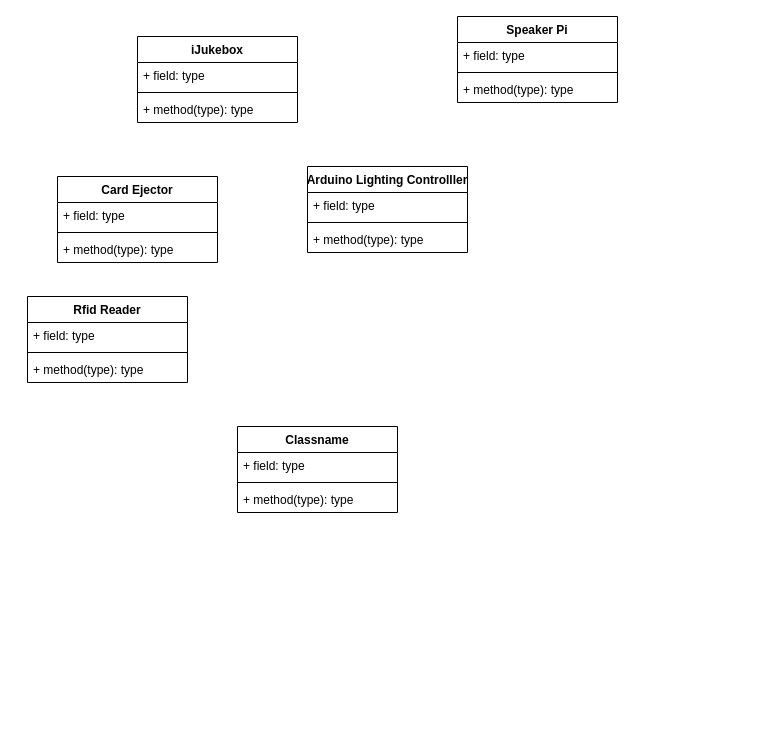
The draw.io diagram SystemDesign.drawio in MysticalMango647/SYSC3010-Project-Jukebox, before the edit. Source tidied: cells renumbered, new cells numbered last; positions are measured from the earlier drawing's top-left corner, leaving out a move shared by most shapes. Both pictures are drawn from the tidied source at 100%, with x=0, y=0 at pixel (27, 16).
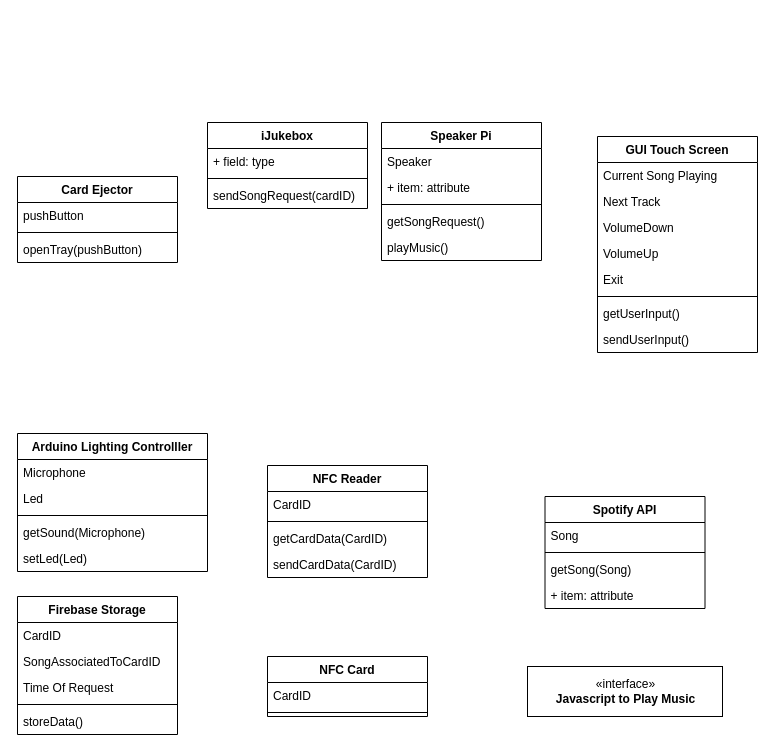
After the change.

What changed in the source:
```diff
@@
     <mxCell id="2" value="iJukebox" style="swimlane;fontStyle=1;align=center;verticalAlign=top;horizontal=1;startSize=26;" parent="1" vertex="1">
-      <mxGeometry x="110" y="20" width="160" height="86" as="geometry" />
+      <mxGeometry x="180" y="106" width="160" height="86" as="geometry" />
     </mxCell>
@@
-    <mxCell id="5" value="+ method(type): type" style="text;strokeColor=none;fillColor=none;align=left;verticalAlign=top;spacingLeft=4;spacingRight=4;overflow=hidden;" parent="2" vertex="1">
+    <mxCell id="5" value="sendSongRequest(cardID)" style="text;strokeColor=none;fillColor=none;align=left;verticalAlign=top;spacingLeft=4;spacingRight=4;overflow=hidden;" parent="2" vertex="1">
       <mxGeometry y="60" width="160" height="26" as="geometry" />
     </mxCell>
     <mxCell id="6" value="Speaker Pi" style="swimlane;fontStyle=1;align=center;verticalAlign=top;horizontal=1;startSize=26;" parent="1" vertex="1">
-      <mxGeometry x="430" width="160" height="86" as="geometry" />
+      <mxGeometry x="354" y="106" width="160" height="138" as="geometry" />
     </mxCell>
-    <mxCell id="7" value="+ field: type" style="text;strokeColor=none;fillColor=none;align=left;verticalAlign=top;spacingLeft=4;spacingRight=4;overflow=hidden;" parent="6" vertex="1">
+    <mxCell id="7" value="Speaker" style="text;strokeColor=none;fillColor=none;align=left;verticalAlign=top;spacingLeft=4;spacingRight=4;overflow=hidden;" parent="6" vertex="1">
       <mxGeometry y="26" width="160" height="26" as="geometry" />
     </mxCell>
+    <mxCell id="26" value="+ item: attribute" style="text;strokeColor=none;fillColor=none;align=left;verticalAlign=top;spacingLeft=4;spacingRight=4;overflow=hidden;" parent="6" vertex="1">
+      <mxGeometry y="52" width="160" height="26" as="geometry" />
+    </mxCell>
     <mxCell id="8" style="line;strokeWidth=1;fillColor=none;align=left;verticalAlign=middle;spacingTop=-1;spacingLeft=3;spacingRight=3;labelPosition=right;" parent="6" vertex="1">
-      <mxGeometry y="52" width="160" height="8" as="geometry" />
+      <mxGeometry y="78" width="160" height="8" as="geometry" />
     </mxCell>
+    <mxCell id="27" value="getSongRequest()" style="text;strokeColor=none;fillColor=none;align=left;verticalAlign=top;spacingLeft=4;spacingRight=4;overflow=hidden;" parent="6" vertex="1">
+      <mxGeometry y="86" width="160" height="26" as="geometry" />
+    </mxCell>
-    <mxCell id="9" value="+ method(type): type" style="text;strokeColor=none;fillColor=none;align=left;verticalAlign=top;spacingLeft=4;spacingRight=4;overflow=hidden;" parent="6" vertex="1">
-      <mxGeometry y="60" width="160" height="26" as="geometry" />
+    <mxCell id="9" value="playMusic()" style="text;strokeColor=none;fillColor=none;align=left;verticalAlign=top;spacingLeft=4;spacingRight=4;overflow=hidden;" parent="6" vertex="1">
+      <mxGeometry y="112" width="160" height="26" as="geometry" />
     </mxCell>
     <mxCell id="10" value="Arduino Lighting Controlller" style="swimlane;fontStyle=1;align=center;verticalAlign=top;horizontal=1;startSize=26;" parent="1" vertex="1">
-      <mxGeometry x="280" y="150" width="160" height="86" as="geometry" />
+      <mxGeometry x="-10" y="417" width="190" height="138" as="geometry" />
     </mxCell>
-    <mxCell id="11" value="+ field: type" style="text;strokeColor=none;fillColor=none;align=left;verticalAlign=top;spacingLeft=4;spacingRight=4;overflow=hidden;" parent="10" vertex="1">
-      <mxGeometry y="26" width="160" height="26" as="geometry" />
+    <mxCell id="11" value="Microphone" style="text;strokeColor=none;fillColor=none;align=left;verticalAlign=top;spacingLeft=4;spacingRight=4;overflow=hidden;" parent="10" vertex="1">
+      <mxGeometry y="26" width="190" height="26" as="geometry" />
     </mxCell>
+    <mxCell id="28" value="Led" style="text;strokeColor=none;fillColor=none;align=left;verticalAlign=top;spacingLeft=4;spacingRight=4;overflow=hidden;" parent="10" vertex="1">
+      <mxGeometry y="52" width="190" height="26" as="geometry" />
+    </mxCell>
     <mxCell id="12" style="line;strokeWidth=1;fillColor=none;align=left;verticalAlign=middle;spacingTop=-1;spacingLeft=3;spacingRight=3;labelPosition=right;" parent="10" vertex="1">
-      <mxGeometry y="52" width="160" height="8" as="geometry" />
+      <mxGeometry y="78" width="190" height="8" as="geometry" />
     </mxCell>
-    <mxCell id="13" value="+ method(type): type" style="text;strokeColor=none;fillColor=none;align=left;verticalAlign=top;spacingLeft=4;spacingRight=4;overflow=hidden;" parent="10" vertex="1">
-      <mxGeometry y="60" width="160" height="26" as="geometry" />
+    <mxCell id="13" value="getSound(Microphone)" style="text;strokeColor=none;fillColor=none;align=left;verticalAlign=top;spacingLeft=4;spacingRight=4;overflow=hidden;" parent="10" vertex="1">
+      <mxGeometry y="86" width="190" height="26" as="geometry" />
     </mxCell>
+    <mxCell id="29" value="setLed(Led)" style="text;strokeColor=none;fillColor=none;align=left;verticalAlign=top;spacingLeft=4;spacingRight=4;overflow=hidden;" parent="10" vertex="1">
+      <mxGeometry y="112" width="190" height="26" as="geometry" />
+    </mxCell>
     <mxCell id="14" value="Card Ejector" style="swimlane;fontStyle=1;align=center;verticalAlign=top;horizontal=1;startSize=26;" parent="1" vertex="1">
-      <mxGeometry x="30" y="160" width="160" height="86" as="geometry" />
+      <mxGeometry x="-10" y="160" width="160" height="86" as="geometry" />
     </mxCell>
-    <mxCell id="15" value="+ field: type" style="text;strokeColor=none;fillColor=none;align=left;verticalAlign=top;spacingLeft=4;spacingRight=4;overflow=hidden;" parent="14" vertex="1">
+    <mxCell id="15" value="pushButton" style="text;strokeColor=none;fillColor=none;align=left;verticalAlign=top;spacingLeft=4;spacingRight=4;overflow=hidden;" parent="14" vertex="1">
       <mxGeometry y="26" width="160" height="26" as="geometry" />
     </mxCell>
@@
-    <mxCell id="17" value="+ method(type): type" style="text;strokeColor=none;fillColor=none;align=left;verticalAlign=top;spacingLeft=4;spacingRight=4;overflow=hidden;" parent="14" vertex="1">
+    <mxCell id="17" value="openTray(pushButton)" style="text;strokeColor=none;fillColor=none;align=left;verticalAlign=top;spacingLeft=4;spacingRight=4;overflow=hidden;" parent="14" vertex="1">
       <mxGeometry y="60" width="160" height="26" as="geometry" />
     </mxCell>
-    <mxCell id="18" value="Rfid Reader" style="swimlane;fontStyle=1;align=center;verticalAlign=top;horizontal=1;startSize=26;" parent="1" vertex="1">
-      <mxGeometry y="280" width="160" height="86" as="geometry" />
+    <mxCell id="18" value="NFC Reader" style="swimlane;fontStyle=1;align=center;verticalAlign=top;horizontal=1;startSize=26;" parent="1" vertex="1">
+      <mxGeometry x="240" y="449" width="160" height="112" as="geometry" />
     </mxCell>
-    <mxCell id="19" value="+ field: type" style="text;strokeColor=none;fillColor=none;align=left;verticalAlign=top;spacingLeft=4;spacingRight=4;overflow=hidden;" parent="18" vertex="1">
-      <mxGeometry y="26" width="160" height="26" as="geometry" />
-    </mxCell>
+    <mxCell id="30" value="CardID" style="text;strokeColor=none;fillColor=none;align=left;verticalAlign=top;spacingLeft=4;spacingRight=4;overflow=hidden;" parent="18" vertex="1">
+      <mxGeometry y="26" width="160" height="26" as="geometry" />
+    </mxCell>
@@
-    <mxCell id="21" value="+ method(type): type" style="text;strokeColor=none;fillColor=none;align=left;verticalAlign=top;spacingLeft=4;spacingRight=4;overflow=hidden;" parent="18" vertex="1">
+    <mxCell id="21" value="getCardData(CardID)" style="text;strokeColor=none;fillColor=none;align=left;verticalAlign=top;spacingLeft=4;spacingRight=4;overflow=hidden;" parent="18" vertex="1">
       <mxGeometry y="60" width="160" height="26" as="geometry" />
     </mxCell>
+    <mxCell id="31" value="sendCardData(CardID)" style="text;strokeColor=none;fillColor=none;align=left;verticalAlign=top;spacingLeft=4;spacingRight=4;overflow=hidden;" parent="18" vertex="1">
+      <mxGeometry y="86" width="160" height="26" as="geometry" />
+    </mxCell>
-    <mxCell id="22" value="Classname" style="swimlane;fontStyle=1;align=center;verticalAlign=top;horizontal=1;startSize=26;" parent="1" vertex="1">
-      <mxGeometry x="210" y="410" width="160" height="86" as="geometry" />
+    <mxCell id="22" value="Spotify API" style="swimlane;fontStyle=1;align=center;verticalAlign=top;horizontal=1;startSize=26;" parent="1" vertex="1">
+      <mxGeometry x="517.5" y="480" width="160" height="112" as="geometry" />
     </mxCell>
-    <mxCell id="23" value="+ field: type" style="text;strokeColor=none;fillColor=none;align=left;verticalAlign=top;spacingLeft=4;spacingRight=4;overflow=hidden;" parent="22" vertex="1">
+    <mxCell id="23" value="Song" style="text;strokeColor=none;fillColor=none;align=left;verticalAlign=top;spacingLeft=4;spacingRight=4;overflow=hidden;" parent="22" vertex="1">
       <mxGeometry y="26" width="160" height="26" as="geometry" />
     </mxCell>
@@
-    <mxCell id="25" value="+ method(type): type" style="text;strokeColor=none;fillColor=none;align=left;verticalAlign=top;spacingLeft=4;spacingRight=4;overflow=hidden;" parent="22" vertex="1">
+    <mxCell id="25" value="getSong(Song)" style="text;strokeColor=none;fillColor=none;align=left;verticalAlign=top;spacingLeft=4;spacingRight=4;overflow=hidden;" parent="22" vertex="1">
       <mxGeometry y="60" width="160" height="26" as="geometry" />
     </mxCell>
+    <mxCell id="32" value="+ item: attribute" style="text;strokeColor=none;fillColor=none;align=left;verticalAlign=top;spacingLeft=4;spacingRight=4;overflow=hidden;" parent="22" vertex="1">
+      <mxGeometry y="86" width="160" height="26" as="geometry" />
+    </mxCell>
+    <mxCell id="33" value="Firebase Storage" style="swimlane;fontStyle=1;align=center;verticalAlign=top;horizontal=1;startSize=26;" parent="1" vertex="1">
+      <mxGeometry x="-10" y="580" width="160" height="138" as="geometry" />
+    </mxCell>
+    <mxCell id="34" value="CardID" style="text;strokeColor=none;fillColor=none;align=left;verticalAlign=top;spacingLeft=4;spacingRight=4;overflow=hidden;" parent="33" vertex="1">
+      <mxGeometry y="26" width="160" height="26" as="geometry" />
+    </mxCell>
+    <mxCell id="35" value="SongAssociatedToCardID" style="text;strokeColor=none;fillColor=none;align=left;verticalAlign=top;spacingLeft=4;spacingRight=4;overflow=hidden;" parent="33" vertex="1">
+      <mxGeometry y="52" width="160" height="26" as="geometry" />
+    </mxCell>
+    <mxCell id="36" value="Time Of Request" style="text;strokeColor=none;fillColor=none;align=left;verticalAlign=top;spacingLeft=4;spacingRight=4;overflow=hidden;" parent="33" vertex="1">
+      <mxGeometry y="78" width="160" height="26" as="geometry" />
+    </mxCell>
+    <mxCell id="37" style="line;strokeWidth=1;fillColor=none;align=left;verticalAlign=middle;spacingTop=-1;spacingLeft=3;spacingRight=3;labelPosition=right;" parent="33" vertex="1">
+      <mxGeometry y="104" width="160" height="8" as="geometry" />
+    </mxCell>
+    <mxCell id="38" value="storeData()" style="text;strokeColor=none;fillColor=none;align=left;verticalAlign=top;spacingLeft=4;spacingRight=4;overflow=hidden;" parent="33" vertex="1">
+      <mxGeometry y="112" width="160" height="26" as="geometry" />
+    </mxCell>
+    <mxCell id="39" value="«interface»&lt;br&gt;&lt;b&gt;Javascript to Play Music&lt;/b&gt;" style="html=1;" parent="1" vertex="1">
+      <mxGeometry x="500" y="650" width="195" height="50" as="geometry" />
+    </mxCell>
+    <mxCell id="40" value="GUI Touch Screen" style="swimlane;fontStyle=1;align=center;verticalAlign=top;horizontal=1;startSize=26;" parent="1" vertex="1">
+      <mxGeometry x="570" y="120" width="160" height="216" as="geometry" />
+    </mxCell>
+    <mxCell id="41" value="Current Song Playing" style="text;strokeColor=none;fillColor=none;align=left;verticalAlign=top;spacingLeft=4;spacingRight=4;overflow=hidden;" parent="40" vertex="1">
+      <mxGeometry y="26" width="160" height="26" as="geometry" />
+    </mxCell>
+    <mxCell id="42" value="Next Track" style="text;strokeColor=none;fillColor=none;align=left;verticalAlign=top;spacingLeft=4;spacingRight=4;overflow=hidden;" parent="40" vertex="1">
+      <mxGeometry y="52" width="160" height="26" as="geometry" />
+    </mxCell>
+    <mxCell id="43" value="VolumeDown" style="text;strokeColor=none;fillColor=none;align=left;verticalAlign=top;spacingLeft=4;spacingRight=4;overflow=hidden;" parent="40" vertex="1">
+      <mxGeometry y="78" width="160" height="26" as="geometry" />
+    </mxCell>
+    <mxCell id="44" value="VolumeUp" style="text;strokeColor=none;fillColor=none;align=left;verticalAlign=top;spacingLeft=4;spacingRight=4;overflow=hidden;" parent="40" vertex="1">
+      <mxGeometry y="104" width="160" height="26" as="geometry" />
+    </mxCell>
+    <mxCell id="45" value="Exit" style="text;strokeColor=none;fillColor=none;align=left;verticalAlign=top;spacingLeft=4;spacingRight=4;overflow=hidden;" parent="40" vertex="1">
+      <mxGeometry y="130" width="160" height="26" as="geometry" />
+    </mxCell>
+    <mxCell id="46" style="line;strokeWidth=1;fillColor=none;align=left;verticalAlign=middle;spacingTop=-1;spacingLeft=3;spacingRight=3;labelPosition=right;" parent="40" vertex="1">
+      <mxGeometry y="156" width="160" height="8" as="geometry" />
+    </mxCell>
+    <mxCell id="47" value="getUserInput()" style="text;strokeColor=none;fillColor=none;align=left;verticalAlign=top;spacingLeft=4;spacingRight=4;overflow=hidden;" parent="40" vertex="1">
+      <mxGeometry y="164" width="160" height="26" as="geometry" />
+    </mxCell>
+    <mxCell id="48" value="sendUserInput()" style="text;strokeColor=none;fillColor=none;align=left;verticalAlign=top;spacingLeft=4;spacingRight=4;overflow=hidden;" parent="40" vertex="1">
+      <mxGeometry y="190" width="160" height="26" as="geometry" />
+    </mxCell>
+    <mxCell id="49" value="NFC Card" style="swimlane;fontStyle=1;align=center;verticalAlign=top;horizontal=1;startSize=26;" parent="1" vertex="1">
+      <mxGeometry x="240" y="640" width="160" height="60" as="geometry" />
+    </mxCell>
+    <mxCell id="50" value="CardID" style="text;strokeColor=none;fillColor=none;align=left;verticalAlign=top;spacingLeft=4;spacingRight=4;overflow=hidden;" parent="49" vertex="1">
+      <mxGeometry y="26" width="160" height="26" as="geometry" />
+    </mxCell>
+    <mxCell id="51" style="line;strokeWidth=1;fillColor=none;align=left;verticalAlign=middle;spacingTop=-1;spacingLeft=3;spacingRight=3;labelPosition=right;" parent="49" vertex="1">
+      <mxGeometry y="52" width="160" height="8" as="geometry" />
+    </mxCell>
```
